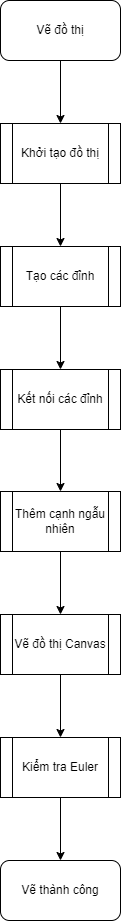
The draw.io diagram LuuDo/LuuDoTong.drawio.png in PhucTruong-ctrl/NienLuan1, before a commit. Source tidied: cells renumbered, new cells last; positions are measured from the earlier drawing's top-left corner, leaving out a move shared by most shapes. Its diagram source:
```xml
<mxGraphModel>
  <root>
    <mxCell id="0" />
    <mxCell id="1" parent="0" />
    <mxCell id="2" style="edgeStyle=orthogonalEdgeStyle;rounded=0;jettySize=auto;html=1;exitX=0.5;exitY=1;exitDx=0;exitDy=0;entryX=0.5;entryY=0;entryDx=0;entryDy=0;" parent="1" edge="1" source="3" target="5">
      <mxGeometry relative="1" as="geometry" />
    </mxCell>
    <mxCell id="3" value="Vẽ đồ thị" style="rounded=1;whiteSpace=wrap;html=1;" parent="1" vertex="1">
      <mxGeometry width="120" height="60" as="geometry" />
    </mxCell>
    <mxCell id="4" style="edgeStyle=orthogonalEdgeStyle;rounded=0;jettySize=auto;html=1;exitX=0.5;exitY=1;exitDx=0;exitDy=0;entryX=0.5;entryY=0;entryDx=0;entryDy=0;" parent="1" edge="1" source="5" target="7">
      <mxGeometry relative="1" as="geometry" />
    </mxCell>
    <mxCell id="5" value="Khởi tạo đồ thị" style="shape=process;whiteSpace=wrap;html=1;backgroundOutline=1;" parent="1" vertex="1">
      <mxGeometry y="123" width="120" height="60" as="geometry" />
    </mxCell>
    <mxCell id="6" style="edgeStyle=orthogonalEdgeStyle;rounded=0;jettySize=auto;html=1;exitX=0.5;exitY=1;exitDx=0;exitDy=0;entryX=0.5;entryY=0;entryDx=0;entryDy=0;" parent="1" edge="1" source="7" target="9">
      <mxGeometry relative="1" as="geometry" />
    </mxCell>
    <mxCell id="7" value="Tạo các đỉnh" style="shape=process;whiteSpace=wrap;html=1;backgroundOutline=1;" parent="1" vertex="1">
      <mxGeometry y="246" width="120" height="60" as="geometry" />
    </mxCell>
    <mxCell id="8" style="edgeStyle=orthogonalEdgeStyle;rounded=0;jettySize=auto;html=1;exitX=0.5;exitY=1;exitDx=0;exitDy=0;entryX=0.5;entryY=0;entryDx=0;entryDy=0;" parent="1" edge="1" source="9" target="11">
      <mxGeometry relative="1" as="geometry" />
    </mxCell>
    <mxCell id="9" value="Kết nối các đỉnh" style="shape=process;whiteSpace=wrap;html=1;backgroundOutline=1;" parent="1" vertex="1">
      <mxGeometry y="369" width="120" height="60" as="geometry" />
    </mxCell>
    <mxCell id="10" style="edgeStyle=orthogonalEdgeStyle;rounded=0;jettySize=auto;html=1;exitX=0.5;exitY=1;exitDx=0;exitDy=0;entryX=0.5;entryY=0;entryDx=0;entryDy=0;" parent="1" edge="1" source="11" target="13">
      <mxGeometry relative="1" as="geometry" />
    </mxCell>
    <mxCell id="11" value="Thêm cạnh ngẫu nhiên" style="shape=process;whiteSpace=wrap;html=1;backgroundOutline=1;" parent="1" vertex="1">
      <mxGeometry y="491" width="120" height="60" as="geometry" />
    </mxCell>
    <mxCell id="12" style="edgeStyle=orthogonalEdgeStyle;rounded=0;jettySize=auto;html=1;exitX=0.5;exitY=1;exitDx=0;exitDy=0;entryX=0.5;entryY=0;entryDx=0;entryDy=0;" parent="1" edge="1" source="13" target="15">
      <mxGeometry relative="1" as="geometry" />
    </mxCell>
    <mxCell id="13" value="Vẽ đồ thị Canvas" style="shape=process;whiteSpace=wrap;html=1;backgroundOutline=1;" parent="1" vertex="1">
      <mxGeometry y="614" width="120" height="60" as="geometry" />
    </mxCell>
    <mxCell id="14" style="edgeStyle=orthogonalEdgeStyle;rounded=0;jettySize=auto;html=1;exitX=0.5;exitY=1;exitDx=0;exitDy=0;entryX=0.5;entryY=0;entryDx=0;entryDy=0;" parent="1" edge="1" source="15" target="16">
      <mxGeometry relative="1" as="geometry" />
    </mxCell>
    <mxCell id="15" value="Kiểm tra Euler" style="shape=process;whiteSpace=wrap;html=1;backgroundOutline=1;" parent="1" vertex="1">
      <mxGeometry y="737" width="120" height="60" as="geometry" />
    </mxCell>
    <mxCell id="16" value="Vẽ thành công" style="rounded=1;whiteSpace=wrap;html=1;" parent="1" vertex="1">
      <mxGeometry y="860" width="120" height="60" as="geometry" />
    </mxCell>
  </root>
</mxGraphModel>
```
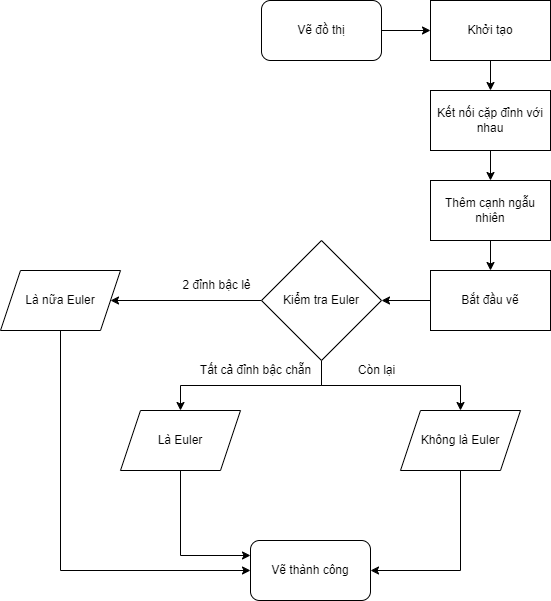
After the change.

The edit, as a diff of the source:
```diff
@@ -2,50 +2,77 @@
   <root>
     <mxCell id="0" />
     <mxCell id="1" parent="0" />
-    <mxCell id="2" style="edgeStyle=orthogonalEdgeStyle;rounded=0;jettySize=auto;html=1;exitX=0.5;exitY=1;exitDx=0;exitDy=0;entryX=0.5;entryY=0;entryDx=0;entryDy=0;" parent="1" edge="1" source="3" target="5">
+    <mxCell id="2" style="edgeStyle=orthogonalEdgeStyle;rounded=0;jettySize=auto;html=1;exitX=1;exitY=0.5;exitDx=0;exitDy=0;entryX=0;entryY=0.5;entryDx=0;entryDy=0;" parent="1" edge="1" source="3" target="18">
       <mxGeometry relative="1" as="geometry" />
     </mxCell>
     <mxCell id="3" value="Vẽ đồ thị" style="rounded=1;whiteSpace=wrap;html=1;" parent="1" vertex="1">
       <mxGeometry width="120" height="60" as="geometry" />
     </mxCell>
-    <mxCell id="4" style="edgeStyle=orthogonalEdgeStyle;rounded=0;jettySize=auto;html=1;exitX=0.5;exitY=1;exitDx=0;exitDy=0;entryX=0.5;entryY=0;entryDx=0;entryDy=0;" parent="1" edge="1" source="5" target="7">
-      <mxGeometry relative="1" as="geometry" />
-    </mxCell>
-    <mxCell id="5" value="Khởi tạo đồ thị" style="shape=process;whiteSpace=wrap;html=1;backgroundOutline=1;" parent="1" vertex="1">
-      <mxGeometry y="123" width="120" height="60" as="geometry" />
-    </mxCell>
-    <mxCell id="6" style="edgeStyle=orthogonalEdgeStyle;rounded=0;jettySize=auto;html=1;exitX=0.5;exitY=1;exitDx=0;exitDy=0;entryX=0.5;entryY=0;entryDx=0;entryDy=0;" parent="1" edge="1" source="7" target="9">
-      <mxGeometry relative="1" as="geometry" />
-    </mxCell>
-    <mxCell id="7" value="Tạo các đỉnh" style="shape=process;whiteSpace=wrap;html=1;backgroundOutline=1;" parent="1" vertex="1">
-      <mxGeometry y="246" width="120" height="60" as="geometry" />
-    </mxCell>
-    <mxCell id="8" style="edgeStyle=orthogonalEdgeStyle;rounded=0;jettySize=auto;html=1;exitX=0.5;exitY=1;exitDx=0;exitDy=0;entryX=0.5;entryY=0;entryDx=0;entryDy=0;" parent="1" edge="1" source="9" target="11">
-      <mxGeometry relative="1" as="geometry" />
-    </mxCell>
-    <mxCell id="9" value="Kết nối các đỉnh" style="shape=process;whiteSpace=wrap;html=1;backgroundOutline=1;" parent="1" vertex="1">
-      <mxGeometry y="369" width="120" height="60" as="geometry" />
-    </mxCell>
-    <mxCell id="10" style="edgeStyle=orthogonalEdgeStyle;rounded=0;jettySize=auto;html=1;exitX=0.5;exitY=1;exitDx=0;exitDy=0;entryX=0.5;entryY=0;entryDx=0;entryDy=0;" parent="1" edge="1" source="11" target="13">
-      <mxGeometry relative="1" as="geometry" />
-    </mxCell>
+    <mxCell id="16" value="Vẽ thành công" style="rounded=1;whiteSpace=wrap;html=1;" parent="1" vertex="1">
+      <mxGeometry x="-11" y="540" width="120" height="60" as="geometry" />
+    </mxCell>
+    <mxCell id="17" style="edgeStyle=orthogonalEdgeStyle;rounded=0;jettySize=auto;html=1;exitX=0.5;exitY=1;exitDx=0;exitDy=0;entryX=0.5;entryY=0;entryDx=0;entryDy=0;" parent="1" edge="1" source="18" target="20">
+      <mxGeometry relative="1" as="geometry" />
+    </mxCell>
+    <mxCell id="18" value="Khởi tạo" style="rounded=0;whiteSpace=wrap;html=1;" parent="1" vertex="1">
+      <mxGeometry x="169" width="120" height="60" as="geometry" />
+    </mxCell>
+    <mxCell id="19" style="edgeStyle=orthogonalEdgeStyle;rounded=0;jettySize=auto;html=1;exitX=0.5;exitY=1;exitDx=0;exitDy=0;entryX=0.5;entryY=0;entryDx=0;entryDy=0;" parent="1" edge="1" source="20" target="11">
+      <mxGeometry relative="1" as="geometry" />
+    </mxCell>
+    <mxCell id="20" value="Kết nối cặp đỉnh với nhau" style="rounded=0;whiteSpace=wrap;html=1;" parent="1" vertex="1">
+      <mxGeometry x="169" y="90" width="120" height="60" as="geometry" />
+    </mxCell>
+    <mxCell id="21" style="edgeStyle=orthogonalEdgeStyle;rounded=0;jettySize=auto;html=1;exitX=0.5;exitY=1;exitDx=0;exitDy=0;entryX=0.5;entryY=0;entryDx=0;entryDy=0;" parent="1" edge="1" source="11" target="23">
+      <mxGeometry relative="1" as="geometry" />
+    </mxCell>
-    <mxCell id="11" value="Thêm cạnh ngẫu nhiên" style="shape=process;whiteSpace=wrap;html=1;backgroundOutline=1;" parent="1" vertex="1">
-      <mxGeometry y="491" width="120" height="60" as="geometry" />
+    <mxCell id="11" value="Thêm cạnh ngẫu nhiên" style="rounded=0;whiteSpace=wrap;html=1;" parent="1" vertex="1">
+      <mxGeometry x="169" y="180" width="120" height="60" as="geometry" />
     </mxCell>
-    <mxCell id="12" style="edgeStyle=orthogonalEdgeStyle;rounded=0;jettySize=auto;html=1;exitX=0.5;exitY=1;exitDx=0;exitDy=0;entryX=0.5;entryY=0;entryDx=0;entryDy=0;" parent="1" edge="1" source="13" target="15">
-      <mxGeometry relative="1" as="geometry" />
-    </mxCell>
-    <mxCell id="13" value="Vẽ đồ thị Canvas" style="shape=process;whiteSpace=wrap;html=1;backgroundOutline=1;" parent="1" vertex="1">
-      <mxGeometry y="614" width="120" height="60" as="geometry" />
-    </mxCell>
-    <mxCell id="14" style="edgeStyle=orthogonalEdgeStyle;rounded=0;jettySize=auto;html=1;exitX=0.5;exitY=1;exitDx=0;exitDy=0;entryX=0.5;entryY=0;entryDx=0;entryDy=0;" parent="1" edge="1" source="15" target="16">
-      <mxGeometry relative="1" as="geometry" />
-    </mxCell>
+    <mxCell id="22" style="edgeStyle=orthogonalEdgeStyle;rounded=0;jettySize=auto;html=1;exitX=0;exitY=0.5;exitDx=0;exitDy=0;" parent="1" edge="1" source="23" target="15">
+      <mxGeometry relative="1" as="geometry" />
+    </mxCell>
+    <mxCell id="23" value="Bắt đầu vẽ" style="rounded=0;whiteSpace=wrap;html=1;" parent="1" vertex="1">
+      <mxGeometry x="169" y="270" width="120" height="60" as="geometry" />
+    </mxCell>
+    <mxCell id="24" style="edgeStyle=orthogonalEdgeStyle;rounded=0;jettySize=auto;html=1;exitX=0.5;exitY=1;exitDx=0;exitDy=0;entryX=0.5;entryY=0;entryDx=0;entryDy=0;" parent="1" edge="1" source="15" target="28">
+      <mxGeometry relative="1" as="geometry" />
+    </mxCell>
+    <mxCell id="25" style="edgeStyle=orthogonalEdgeStyle;rounded=0;jettySize=auto;html=1;exitX=0.5;exitY=1;exitDx=0;exitDy=0;entryX=0.5;entryY=0;entryDx=0;entryDy=0;" parent="1" edge="1" source="15" target="30">
+      <mxGeometry relative="1" as="geometry" />
+    </mxCell>
+    <mxCell id="26" style="edgeStyle=orthogonalEdgeStyle;rounded=0;jettySize=auto;html=1;exitX=0;exitY=0.5;exitDx=0;exitDy=0;entryX=1;entryY=0.5;entryDx=0;entryDy=0;" parent="1" edge="1" source="15" target="32">
+      <mxGeometry relative="1" as="geometry" />
+    </mxCell>
-    <mxCell id="15" value="Kiểm tra Euler" style="shape=process;whiteSpace=wrap;html=1;backgroundOutline=1;" parent="1" vertex="1">
-      <mxGeometry y="737" width="120" height="60" as="geometry" />
+    <mxCell id="15" value="Kiểm tra Euler" style="rhombus;whiteSpace=wrap;html=1;" parent="1" vertex="1">
+      <mxGeometry y="240" width="120" height="120" as="geometry" />
     </mxCell>
-    <mxCell id="16" value="Vẽ thành công" style="rounded=1;whiteSpace=wrap;html=1;" parent="1" vertex="1">
-      <mxGeometry y="860" width="120" height="60" as="geometry" />
-    </mxCell>
+    <mxCell id="27" style="edgeStyle=orthogonalEdgeStyle;rounded=0;jettySize=auto;html=1;exitX=0.5;exitY=1;exitDx=0;exitDy=0;entryX=0;entryY=0.25;entryDx=0;entryDy=0;" parent="1" edge="1" source="28" target="16">
+      <mxGeometry relative="1" as="geometry" />
+    </mxCell>
+    <mxCell id="28" value="Là Euler" style="shape=parallelogram;perimeter=parallelogramPerimeter;whiteSpace=wrap;html=1;fixedSize=1;" parent="1" vertex="1">
+      <mxGeometry x="-141" y="410" width="120" height="60" as="geometry" />
+    </mxCell>
+    <mxCell id="29" style="edgeStyle=orthogonalEdgeStyle;rounded=0;jettySize=auto;html=1;exitX=0.5;exitY=1;exitDx=0;exitDy=0;entryX=1;entryY=0.5;entryDx=0;entryDy=0;" parent="1" edge="1" source="30" target="16">
+      <mxGeometry relative="1" as="geometry" />
+    </mxCell>
+    <mxCell id="30" value="Không là Euler" style="shape=parallelogram;perimeter=parallelogramPerimeter;whiteSpace=wrap;html=1;fixedSize=1;" parent="1" vertex="1">
+      <mxGeometry x="139" y="410" width="120" height="60" as="geometry" />
+    </mxCell>
+    <mxCell id="31" style="edgeStyle=orthogonalEdgeStyle;rounded=0;jettySize=auto;html=1;exitX=0.5;exitY=1;exitDx=0;exitDy=0;entryX=0;entryY=0.5;entryDx=0;entryDy=0;" parent="1" edge="1" source="32" target="16">
+      <mxGeometry relative="1" as="geometry" />
+    </mxCell>
+    <mxCell id="32" value="Là nữa Euler" style="shape=parallelogram;perimeter=parallelogramPerimeter;whiteSpace=wrap;html=1;fixedSize=1;" parent="1" vertex="1">
+      <mxGeometry x="-261" y="270" width="120" height="60" as="geometry" />
+    </mxCell>
+    <mxCell id="33" value="2 đỉnh bậc lẻ" style="text;html=1;align=center;verticalAlign=middle;strokeColor=none;fillColor=none;" parent="1" vertex="1">
+      <mxGeometry x="-90" y="270" width="90" height="30" as="geometry" />
+    </mxCell>
+    <mxCell id="34" value="Tất cả đỉnh bậc chẵn" style="text;html=1;align=center;verticalAlign=middle;strokeColor=none;fillColor=none;" parent="1" vertex="1">
+      <mxGeometry x="-71" y="355" width="130" height="30" as="geometry" />
+    </mxCell>
+    <mxCell id="35" value="Còn lại" style="text;html=1;align=center;verticalAlign=middle;strokeColor=none;fillColor=none;" parent="1" vertex="1">
+      <mxGeometry x="85" y="355" width="60" height="30" as="geometry" />
+    </mxCell>
   </root>
 </mxGraphModel>
```
